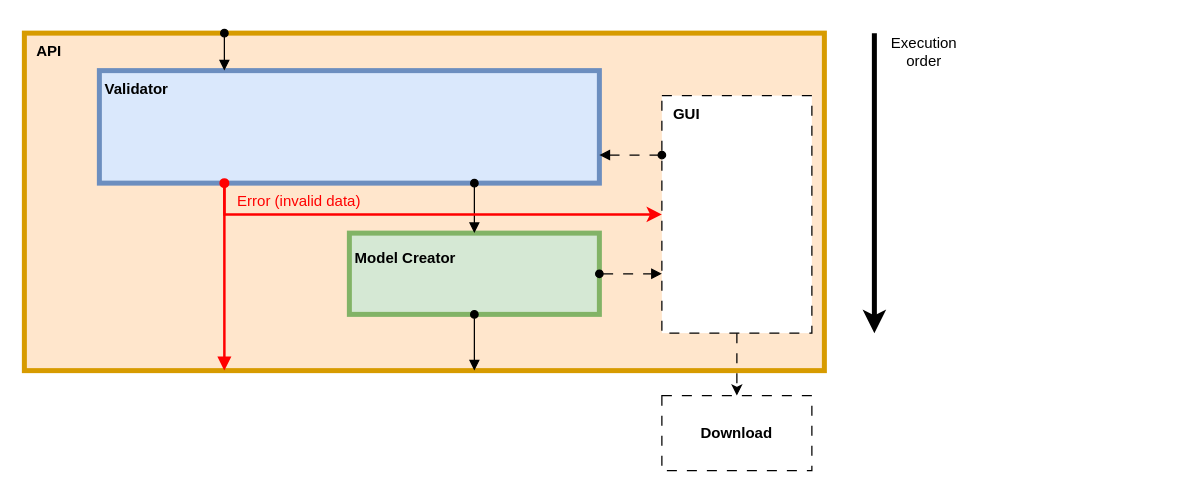
Botticitar/FastenerCreator keeps this draw.io diagram as Scraps/Arch.drawio. Above is the earlier version. Source tidied: cells renumbered, new cells numbered last; positions are measured from the earlier drawing's top-left corner, leaving out a move shared by most shapes. Both pictures are drawn from the tidied source at 125%, with x=0, y=0 at pixel (24, 32).
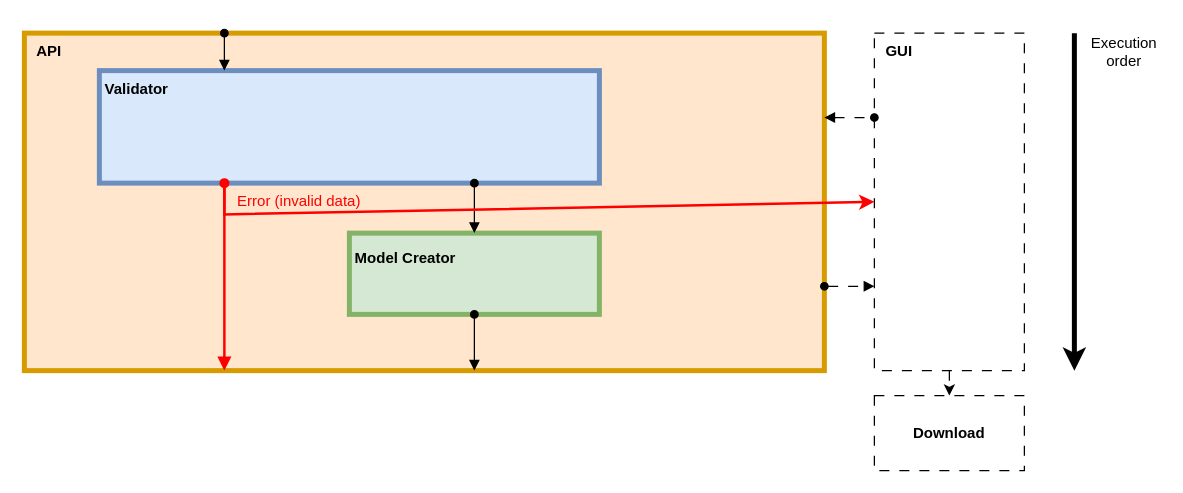
The same diagram, later.

Commit message:
Gui should interact with API instead of being part of it (modular, just remove from yml if not needed/don't add if can't finish)

Unchanged cells that the change refers to:
```xml
<mxCell id="2" style="rounded=0;whiteSpace=wrap;html=1;align=left;fillColor=#ffe6cc;strokeColor=#d79b00;points=[[0,0,0,0,0],[0,0.25,0,0,0],[0,0.5,0,0,0],[0,0.75,0,0,0],[0,1,0,0,0],[0.25,0,0,0,0],[0.25,1,0,0,0],[0.5,0,0,0,0],[0.5,1,0,0,0],[0.5,1,0,40,0],[0.75,0,0,0,0],[0.75,1,0,0,0],[1,0,0,0,0],[1,0.25,0,0,0],[1,0.5,0,0,0],[1,0.75,0,0,0],[1,1,0,0,0]];strokeWidth=4;" parent="1" vertex="1">
  <mxGeometry width="640" height="270" as="geometry" />
</mxCell>
<mxCell id="4" style="rounded=0;whiteSpace=wrap;html=1;align=left;fillColor=#dae8fc;strokeColor=#6c8ebf;strokeWidth=4;" parent="1" vertex="1">
  <mxGeometry x="60" y="30" width="400" height="90" as="geometry" />
</mxCell>
<mxCell id="5" style="rounded=0;whiteSpace=wrap;html=1;fillColor=#d5e8d4;strokeColor=#82b366;strokeWidth=4;" parent="1" vertex="1">
  <mxGeometry x="260" y="160" width="200" height="65" as="geometry" />
</mxCell>
```

Change to the diagram source:
```diff
@@
     <mxCell id="7" style="rounded=0;whiteSpace=wrap;html=1;dashed=1;dashPattern=8 8;strokeWidth=1;" parent="1" vertex="1">
-      <mxGeometry x="510" y="50" width="120" height="190" as="geometry" />
+      <mxGeometry x="680" width="120" height="270" as="geometry" />
     </mxCell>
-    <mxCell id="8" style="endArrow=oval;startArrow=block;html=1;rounded=0;endFill=1;startFill=1;entryX=0;entryY=0.25;entryDx=0;entryDy=0;exitX=1;exitY=0.75;exitDx=0;exitDy=0;dashed=1;dashPattern=8 8;" parent="1" edge="1" source="4" target="7">
+    <mxCell id="8" style="endArrow=oval;startArrow=block;html=1;rounded=0;endFill=1;startFill=1;entryX=0;entryY=0.25;entryDx=0;entryDy=0;exitX=1;exitY=0.25;exitDx=0;exitDy=0;dashed=1;dashPattern=8 8;exitPerimeter=0;" parent="1" edge="1" source="2" target="7">
       <mxGeometry relative="1" as="geometry" />
     </mxCell>
-    <mxCell id="9" style="endArrow=block;startArrow=oval;html=1;rounded=0;endFill=1;startFill=1;entryX=0;entryY=0.75;entryDx=0;entryDy=0;dashed=1;dashPattern=8 8;exitX=1;exitY=0.5;exitDx=0;exitDy=0;" parent="1" edge="1" source="5" target="7">
+    <mxCell id="9" style="endArrow=block;startArrow=oval;html=1;rounded=0;endFill=1;startFill=1;dashed=1;dashPattern=8 8;exitX=1;exitY=0.75;exitDx=0;exitDy=0;exitPerimeter=0;entryX=0;entryY=0.75;entryDx=0;entryDy=0;" parent="1" edge="1" source="2" target="7">
       <mxGeometry relative="1" as="geometry" />
     </mxCell>
     <mxCell id="10" value="&lt;b&gt;Download&lt;/b&gt;" style="rounded=0;whiteSpace=wrap;html=1;dashed=1;dashPattern=8 8;" parent="1" vertex="1">
-      <mxGeometry x="510" y="290" width="120" height="60" as="geometry" />
+      <mxGeometry x="680" y="290" width="120" height="60" as="geometry" />
     </mxCell>
@@
     <mxCell id="14" value="GUI" style="text;html=1;whiteSpace=wrap;strokeColor=none;fillColor=none;align=center;verticalAlign=middle;rounded=0;fontStyle=1;" parent="1" vertex="1">
-      <mxGeometry x="510" y="50" width="40" height="30" as="geometry" />
+      <mxGeometry x="680" width="40" height="30" as="geometry" />
     </mxCell>
     <mxCell id="15" style="endArrow=classic;html=1;rounded=0;strokeWidth=4;" parent="1" edge="1">
       <mxGeometry relative="1" as="geometry">
-        <mxPoint x="680" as="sourcePoint" />
-        <mxPoint x="680" y="240" as="targetPoint" />
+        <mxPoint x="840" as="sourcePoint" />
+        <mxPoint x="840" y="270" as="targetPoint" />
       </mxGeometry>
     </mxCell>
     <mxCell id="16" value="Execution order" style="text;html=1;whiteSpace=wrap;strokeColor=none;fillColor=none;align=center;verticalAlign=middle;rounded=0;" parent="1" vertex="1">
-      <mxGeometry x="690" width="60" height="30" as="geometry" />
+      <mxGeometry x="850" width="60" height="30" as="geometry" />
     </mxCell>
```
